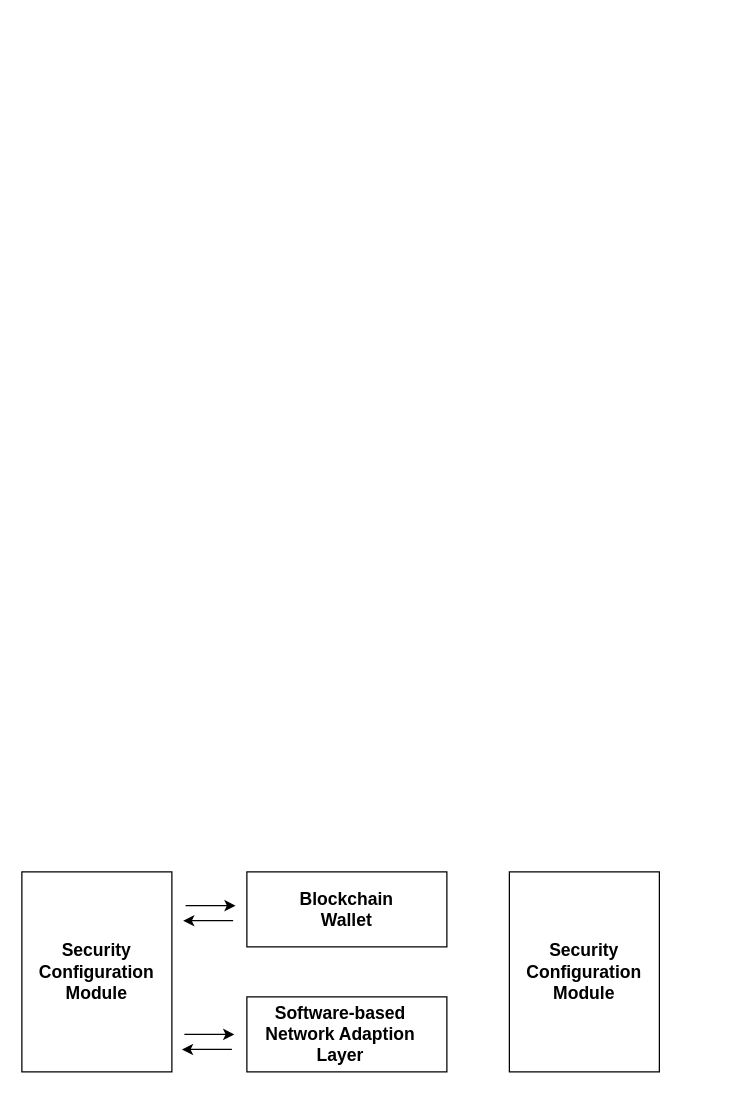
Earlier version of the draw.io diagram blockiot.drawio (kaliadi/proyek-ku). Source tidied: cells renumbered, new cells numbered last; positions are measured from the earlier drawing's top-left corner, leaving out a move shared by most shapes. Both pictures are drawn from the tidied source at 125%, with x=0, y=0 at pixel (21, 871).
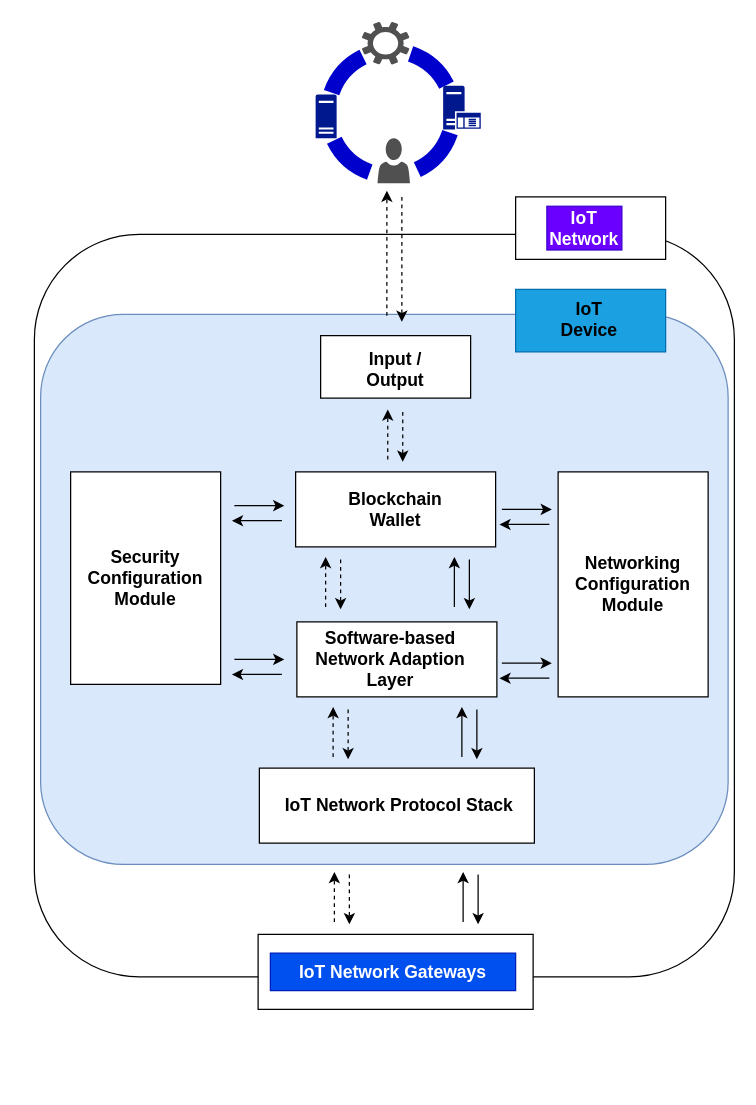
Above is the later version.

The edit, as a diff of the source:
```diff
@@
+    <mxCell id="20" style="rounded=1;whiteSpace=wrap;html=1;" parent="1" vertex="1">
+      <mxGeometry x="10" y="-510" width="560" height="594" as="geometry" />
+    </mxCell>
+    <mxCell id="21" style="rounded=0;whiteSpace=wrap;html=1;fillColor=default;strokeColor=#000000;fontColor=#ffffff;" parent="1" vertex="1">
+      <mxGeometry x="395" y="-540" width="120" height="50" as="geometry" />
+    </mxCell>
+    <mxCell id="22" style="rounded=1;whiteSpace=wrap;html=1;fillColor=#dae8fc;strokeColor=#6c8ebf;" parent="1" vertex="1">
+      <mxGeometry x="15" y="-446" width="550" height="440" as="geometry" />
+    </mxCell>
+    <mxCell id="23" style="rounded=0;whiteSpace=wrap;html=1;fillColor=#1ba1e2;strokeColor=#006EAF;fontColor=#ffffff;" parent="1" vertex="1">
+      <mxGeometry x="395" y="-466" width="120" height="50" as="geometry" />
+    </mxCell>
+    <mxCell id="24" style="group;" parent="1" vertex="1">
+      <mxGeometry x="39" y="-429" width="510" height="406" as="geometry" />
+    </mxCell>
-    <mxCell id="2" style="group;" parent="1" vertex="1">
-      <mxGeometry x="180" width="160" height="60" as="geometry" />
+    <mxCell id="2" style="group;" parent="24" vertex="1">
+      <mxGeometry x="180" y="109" width="160" height="60" as="geometry" />
     </mxCell>
@@
-    <mxCell id="5" style="group;" parent="1" vertex="1">
-      <mxGeometry x="180" y="100" width="160" height="60" as="geometry" />
+    <mxCell id="5" style="group;" parent="24" vertex="1">
+      <mxGeometry x="181" y="229" width="160" height="60" as="geometry" />
     </mxCell>
@@
-    <mxCell id="8" style="group;" parent="1" vertex="1">
-      <mxGeometry x="131" y="27" width="40" height="12" as="geometry" />
+    <mxCell id="8" style="group;" parent="24" vertex="1">
+      <mxGeometry x="131" y="136" width="40" height="12" as="geometry" />
     </mxCell>
@@
-    <mxCell id="11" style="group;" parent="1" vertex="1">
-      <mxGeometry x="130" y="130" width="40" height="12" as="geometry" />
+    <mxCell id="11" style="group;" parent="24" vertex="1">
+      <mxGeometry x="131" y="259" width="40" height="12" as="geometry" />
     </mxCell>
@@
-    <mxCell id="14" style="group;" parent="1" vertex="1">
-      <mxGeometry width="120" height="160" as="geometry" />
+    <mxCell id="14" style="group;" parent="24" vertex="1">
+      <mxGeometry y="109" width="120" height="170" as="geometry" />
     </mxCell>
     <mxCell id="15" style="rounded=0;whiteSpace=wrap;html=1;" parent="14" vertex="1">
-      <mxGeometry width="120" height="160" as="geometry" />
+      <mxGeometry width="120" height="170" as="geometry" />
     </mxCell>
     <mxCell id="16" value="&lt;h3&gt;Security Configuration Module&lt;/h3&gt;" style="text;html=1;strokeColor=none;fillColor=none;align=center;verticalAlign=middle;whiteSpace=wrap;rounded=0;" parent="14" vertex="1">
-      <mxGeometry x="30" y="65" width="60" height="30" as="geometry" />
+      <mxGeometry x="30" y="69.1" width="60" height="31.9" as="geometry" />
     </mxCell>
-    <mxCell id="17" style="group;" parent="1" vertex="1">
-      <mxGeometry x="390" width="120" height="160" as="geometry" />
+    <mxCell id="17" style="group;" parent="24" vertex="1">
+      <mxGeometry x="390" y="109" width="120" height="180" as="geometry" />
     </mxCell>
     <mxCell id="18" style="rounded=0;whiteSpace=wrap;html=1;" parent="17" vertex="1">
-      <mxGeometry width="120" height="160" as="geometry" />
+      <mxGeometry width="120" height="180" as="geometry" />
     </mxCell>
-    <mxCell id="19" value="&lt;h3&gt;Security Configuration Module&lt;/h3&gt;" style="text;html=1;strokeColor=none;fillColor=none;align=center;verticalAlign=middle;whiteSpace=wrap;rounded=0;" parent="17" vertex="1">
-      <mxGeometry x="30" y="65" width="60" height="30" as="geometry" />
+    <mxCell id="19" value="&lt;h3&gt;Networking Configuration Module&lt;/h3&gt;" style="text;html=1;strokeColor=none;fillColor=none;align=center;verticalAlign=middle;whiteSpace=wrap;rounded=0;" parent="17" vertex="1">
+      <mxGeometry x="30" y="73.1" width="60" height="33.8" as="geometry" />
     </mxCell>
+    <mxCell id="25" style="group;" parent="24" vertex="1">
+      <mxGeometry x="345" y="139" width="40" height="12" as="geometry" />
+    </mxCell>
+    <mxCell id="26" style="endArrow=classic;html=1;rounded=0;" parent="25" edge="1">
+      <mxGeometry relative="1" as="geometry">
+        <mxPoint as="sourcePoint" />
+        <mxPoint x="40" as="targetPoint" />
+      </mxGeometry>
+    </mxCell>
+    <mxCell id="27" style="endArrow=classic;html=1;rounded=0;entryX=0.833;entryY=0.188;entryDx=0;entryDy=0;entryPerimeter=0;" parent="25" edge="1">
+      <mxGeometry relative="1" as="geometry">
+        <mxPoint x="38" y="12" as="sourcePoint" />
+        <mxPoint x="-2" y="12.1" as="targetPoint" />
+        <Array as="points">
+          <mxPoint x="28" y="12" />
+        </Array>
+      </mxGeometry>
+    </mxCell>
+    <mxCell id="28" style="group;" parent="24" vertex="1">
+      <mxGeometry x="345" y="262" width="40" height="12" as="geometry" />
+    </mxCell>
+    <mxCell id="29" style="endArrow=classic;html=1;rounded=0;" parent="28" edge="1">
+      <mxGeometry relative="1" as="geometry">
+        <mxPoint as="sourcePoint" />
+        <mxPoint x="40" as="targetPoint" />
+      </mxGeometry>
+    </mxCell>
+    <mxCell id="30" style="endArrow=classic;html=1;rounded=0;entryX=0.833;entryY=0.188;entryDx=0;entryDy=0;entryPerimeter=0;" parent="28" edge="1">
+      <mxGeometry relative="1" as="geometry">
+        <mxPoint x="38" y="12" as="sourcePoint" />
+        <mxPoint x="-2" y="12.1" as="targetPoint" />
+        <Array as="points">
+          <mxPoint x="28" y="12" />
+        </Array>
+      </mxGeometry>
+    </mxCell>
+    <mxCell id="31" style="group;" parent="24" vertex="1">
+      <mxGeometry x="151" y="346" width="220" height="60" as="geometry" />
+    </mxCell>
+    <mxCell id="32" style="rounded=0;whiteSpace=wrap;html=1;" parent="31" vertex="1">
+      <mxGeometry width="220" height="60" as="geometry" />
+    </mxCell>
+    <mxCell id="33" value="&lt;h3&gt;IoT Network Protocol Stack&lt;/h3&gt;" style="text;html=1;strokeColor=none;fillColor=none;align=center;verticalAlign=middle;whiteSpace=wrap;rounded=0;" parent="31" vertex="1">
+      <mxGeometry x="13.8" y="15" width="196.2" height="30" as="geometry" />
+    </mxCell>
+    <mxCell id="34" style="group;rotation=90;" parent="24" vertex="1">
+      <mxGeometry x="293" y="193" width="40" height="12" as="geometry" />
+    </mxCell>
+    <mxCell id="35" style="endArrow=classic;html=1;rounded=0;" parent="34" edge="1">
+      <mxGeometry relative="1" as="geometry">
+        <mxPoint x="26" y="-14" as="sourcePoint" />
+        <mxPoint x="26" y="26" as="targetPoint" />
+      </mxGeometry>
+    </mxCell>
+    <mxCell id="36" style="endArrow=classic;html=1;rounded=0;entryX=0.833;entryY=0.188;entryDx=0;entryDy=0;entryPerimeter=0;" parent="34" edge="1">
+      <mxGeometry relative="1" as="geometry">
+        <mxPoint x="14" y="24" as="sourcePoint" />
+        <mxPoint x="14" y="-16" as="targetPoint" />
+        <Array as="points">
+          <mxPoint x="14" y="14" />
+        </Array>
+      </mxGeometry>
+    </mxCell>
+    <mxCell id="37" style="endArrow=classic;html=1;rounded=0;dashed=1;" parent="24" edge="1">
+      <mxGeometry relative="1" as="geometry">
+        <mxPoint x="216" y="179" as="sourcePoint" />
+        <mxPoint x="216" y="219" as="targetPoint" />
+      </mxGeometry>
+    </mxCell>
+    <mxCell id="38" style="endArrow=classic;html=1;rounded=0;entryX=0.833;entryY=0.188;entryDx=0;entryDy=0;entryPerimeter=0;dashed=1;" parent="24" edge="1">
+      <mxGeometry relative="1" as="geometry">
+        <mxPoint x="204" y="217" as="sourcePoint" />
+        <mxPoint x="204" y="177" as="targetPoint" />
+        <Array as="points">
+          <mxPoint x="204" y="207" />
+        </Array>
+      </mxGeometry>
+    </mxCell>
+    <mxCell id="39" style="group;rotation=90;" parent="24" vertex="1">
+      <mxGeometry x="299" y="313" width="40" height="12" as="geometry" />
+    </mxCell>
+    <mxCell id="40" style="endArrow=classic;html=1;rounded=0;" parent="39" edge="1">
+      <mxGeometry relative="1" as="geometry">
+        <mxPoint x="26" y="-14" as="sourcePoint" />
+        <mxPoint x="26" y="26" as="targetPoint" />
+      </mxGeometry>
+    </mxCell>
+    <mxCell id="41" style="endArrow=classic;html=1;rounded=0;entryX=0.833;entryY=0.188;entryDx=0;entryDy=0;entryPerimeter=0;" parent="39" edge="1">
+      <mxGeometry relative="1" as="geometry">
+        <mxPoint x="14" y="24" as="sourcePoint" />
+        <mxPoint x="14" y="-16" as="targetPoint" />
+        <Array as="points">
+          <mxPoint x="14" y="14" />
+        </Array>
+      </mxGeometry>
+    </mxCell>
+    <mxCell id="42" style="endArrow=classic;html=1;rounded=0;dashed=1;" parent="24" edge="1">
+      <mxGeometry relative="1" as="geometry">
+        <mxPoint x="222" y="299" as="sourcePoint" />
+        <mxPoint x="222" y="339" as="targetPoint" />
+      </mxGeometry>
+    </mxCell>
+    <mxCell id="43" style="endArrow=classic;html=1;rounded=0;entryX=0.833;entryY=0.188;entryDx=0;entryDy=0;entryPerimeter=0;dashed=1;" parent="24" edge="1">
+      <mxGeometry relative="1" as="geometry">
+        <mxPoint x="210" y="337" as="sourcePoint" />
+        <mxPoint x="210" y="297" as="targetPoint" />
+        <Array as="points">
+          <mxPoint x="210" y="327" />
+        </Array>
+      </mxGeometry>
+    </mxCell>
+    <mxCell id="44" style="group;" parent="24" vertex="1">
+      <mxGeometry x="200" width="120" height="50" as="geometry" />
+    </mxCell>
+    <mxCell id="45" style="rounded=0;whiteSpace=wrap;html=1;" parent="44" vertex="1">
+      <mxGeometry width="120" height="50" as="geometry" />
+    </mxCell>
+    <mxCell id="46" value="&lt;h3&gt;Input / Output&lt;/h3&gt;" style="text;html=1;strokeColor=none;fillColor=none;align=center;verticalAlign=middle;whiteSpace=wrap;rounded=0;" parent="44" vertex="1">
+      <mxGeometry x="30" y="9" width="60" height="35" as="geometry" />
+    </mxCell>
+    <mxCell id="47" style="group;" parent="24" vertex="1">
+      <mxGeometry x="253.7" y="61" width="12" height="40" as="geometry" />
+    </mxCell>
+    <mxCell id="48" style="endArrow=classic;html=1;rounded=0;dashed=1;" parent="47" edge="1">
+      <mxGeometry relative="1" as="geometry">
+        <mxPoint x="12" as="sourcePoint" />
+        <mxPoint x="12" y="40" as="targetPoint" />
+      </mxGeometry>
+    </mxCell>
+    <mxCell id="49" style="endArrow=classic;html=1;rounded=0;entryX=0.833;entryY=0.188;entryDx=0;entryDy=0;entryPerimeter=0;dashed=1;" parent="47" edge="1">
+      <mxGeometry relative="1" as="geometry">
+        <mxPoint y="38" as="sourcePoint" />
+        <mxPoint y="-2" as="targetPoint" />
+        <Array as="points">
+          <mxPoint y="28" />
+        </Array>
+      </mxGeometry>
+    </mxCell>
+    <mxCell id="50" value="&lt;h3&gt;IoT Network&lt;/h3&gt;" style="text;html=1;strokeColor=#3700CC;fillColor=#6a00ff;align=center;verticalAlign=middle;whiteSpace=wrap;rounded=0;fontColor=#ffffff;" parent="1" vertex="1">
+      <mxGeometry x="420" y="-532.5" width="60" height="35" as="geometry" />
+    </mxCell>
+    <mxCell id="51" value="&lt;h3&gt;IoT Device&lt;/h3&gt;" style="text;html=1;strokeColor=none;fillColor=none;align=center;verticalAlign=middle;whiteSpace=wrap;rounded=0;" parent="1" vertex="1">
+      <mxGeometry x="424" y="-460" width="60" height="35" as="geometry" />
+    </mxCell>
+    <mxCell id="52" style="group;" parent="1" vertex="1">
+      <mxGeometry x="230.9" y="-680" width="136.2" height="137.1" as="geometry" />
+    </mxCell>
+    <mxCell id="53" style="strokeWidth=13;html=1;shape=mxgraph.flowchart.start_2;whiteSpace=wrap;fillColor=#FFFFFF;strokeColor=#0000CC;labelBorderColor=none;dashed=1;rotation=20;" parent="52" vertex="1">
+      <mxGeometry x="14.1" y="23" width="100" height="100" as="geometry" />
+    </mxCell>
+    <mxCell id="54" style="sketch=0;shadow=0;dashed=0;html=1;strokeColor=none;labelPosition=center;verticalLabelPosition=bottom;verticalAlign=top;align=center;fillColor=#505050;shape=mxgraph.mscae.intune.account_portal;" parent="52" vertex="1">
+      <mxGeometry x="53.6" y="93" width="26" height="36" as="geometry" />
+    </mxCell>
+    <mxCell id="55" style="sketch=0;shadow=0;dashed=0;html=1;strokeColor=none;labelPosition=center;verticalLabelPosition=bottom;verticalAlign=top;align=center;fillColor=#00188D;shape=mxgraph.mscae.enterprise.server_generic;" parent="52" vertex="1">
+      <mxGeometry x="4.1" y="58" width="16.8" height="35" as="geometry" />
+    </mxCell>
+    <mxCell id="56" style="sketch=0;shadow=0;dashed=0;html=1;strokeColor=none;labelPosition=center;verticalLabelPosition=bottom;verticalAlign=top;align=center;fillColor=#505050;shape=mxgraph.mscae.enterprise.settings;" parent="52" vertex="1">
+      <mxGeometry x="41.1" width="38" height="34" as="geometry" />
+    </mxCell>
+    <mxCell id="57" style="sketch=0;shadow=0;dashed=0;html=1;strokeColor=none;labelPosition=center;verticalLabelPosition=bottom;verticalAlign=top;align=center;fillColor=#00188D;shape=mxgraph.mscae.enterprise.application_server;labelBorderColor=none;" parent="52" vertex="1">
+      <mxGeometry x="106.1" y="51" width="30.1" height="35" as="geometry" />
+    </mxCell>
+    <mxCell id="58" style="group;" parent="1" vertex="1">
+      <mxGeometry x="292" y="-540" width="12" height="100" as="geometry" />
+    </mxCell>
+    <mxCell id="59" style="endArrow=classic;html=1;rounded=0;dashed=1;" parent="58" edge="1">
+      <mxGeometry relative="1" as="geometry">
+        <mxPoint x="12" as="sourcePoint" />
+        <mxPoint x="12" y="100" as="targetPoint" />
+      </mxGeometry>
+    </mxCell>
+    <mxCell id="60" style="endArrow=classic;html=1;rounded=0;entryX=0.833;entryY=0.188;entryDx=0;entryDy=0;entryPerimeter=0;dashed=1;" parent="58" edge="1">
+      <mxGeometry relative="1" as="geometry">
+        <mxPoint y="95" as="sourcePoint" />
+        <mxPoint y="-5" as="targetPoint" />
+        <Array as="points">
+          <mxPoint y="70" />
+        </Array>
+      </mxGeometry>
+    </mxCell>
+    <mxCell id="61" style="rounded=0;whiteSpace=wrap;html=1;" parent="1" vertex="1">
+      <mxGeometry x="189" y="50" width="220" height="60" as="geometry" />
+    </mxCell>
+    <mxCell id="62" value="&lt;h3&gt;IoT Network Gateways&lt;/h3&gt;" style="text;html=1;strokeColor=#001DBC;fillColor=#0050ef;align=center;verticalAlign=middle;whiteSpace=wrap;rounded=0;fontColor=#ffffff;" parent="1" vertex="1">
+      <mxGeometry x="198.8" y="65" width="196.2" height="30" as="geometry" />
+    </mxCell>
+    <mxCell id="63" style="group;rotation=90;" parent="1" vertex="1">
+      <mxGeometry x="339" y="16" width="40" height="12" as="geometry" />
+    </mxCell>
+    <mxCell id="64" style="endArrow=classic;html=1;rounded=0;" parent="63" edge="1">
+      <mxGeometry relative="1" as="geometry">
+        <mxPoint x="26" y="-14" as="sourcePoint" />
+        <mxPoint x="26" y="26" as="targetPoint" />
+      </mxGeometry>
+    </mxCell>
+    <mxCell id="65" style="endArrow=classic;html=1;rounded=0;entryX=0.833;entryY=0.188;entryDx=0;entryDy=0;entryPerimeter=0;" parent="63" edge="1">
+      <mxGeometry relative="1" as="geometry">
+        <mxPoint x="14" y="24" as="sourcePoint" />
+        <mxPoint x="14" y="-16" as="targetPoint" />
+        <Array as="points">
+          <mxPoint x="14" y="14" />
+        </Array>
+      </mxGeometry>
+    </mxCell>
+    <mxCell id="66" style="endArrow=classic;html=1;rounded=0;dashed=1;" parent="1" edge="1">
+      <mxGeometry relative="1" as="geometry">
+        <mxPoint x="262" y="2" as="sourcePoint" />
+        <mxPoint x="262" y="42" as="targetPoint" />
+      </mxGeometry>
+    </mxCell>
+    <mxCell id="67" style="endArrow=classic;html=1;rounded=0;entryX=0.833;entryY=0.188;entryDx=0;entryDy=0;entryPerimeter=0;dashed=1;" parent="1" edge="1">
+      <mxGeometry relative="1" as="geometry">
+        <mxPoint x="250" y="40" as="sourcePoint" />
+        <mxPoint x="250" as="targetPoint" />
+        <Array as="points">
+          <mxPoint x="250" y="30" />
+        </Array>
+      </mxGeometry>
+    </mxCell>
```
